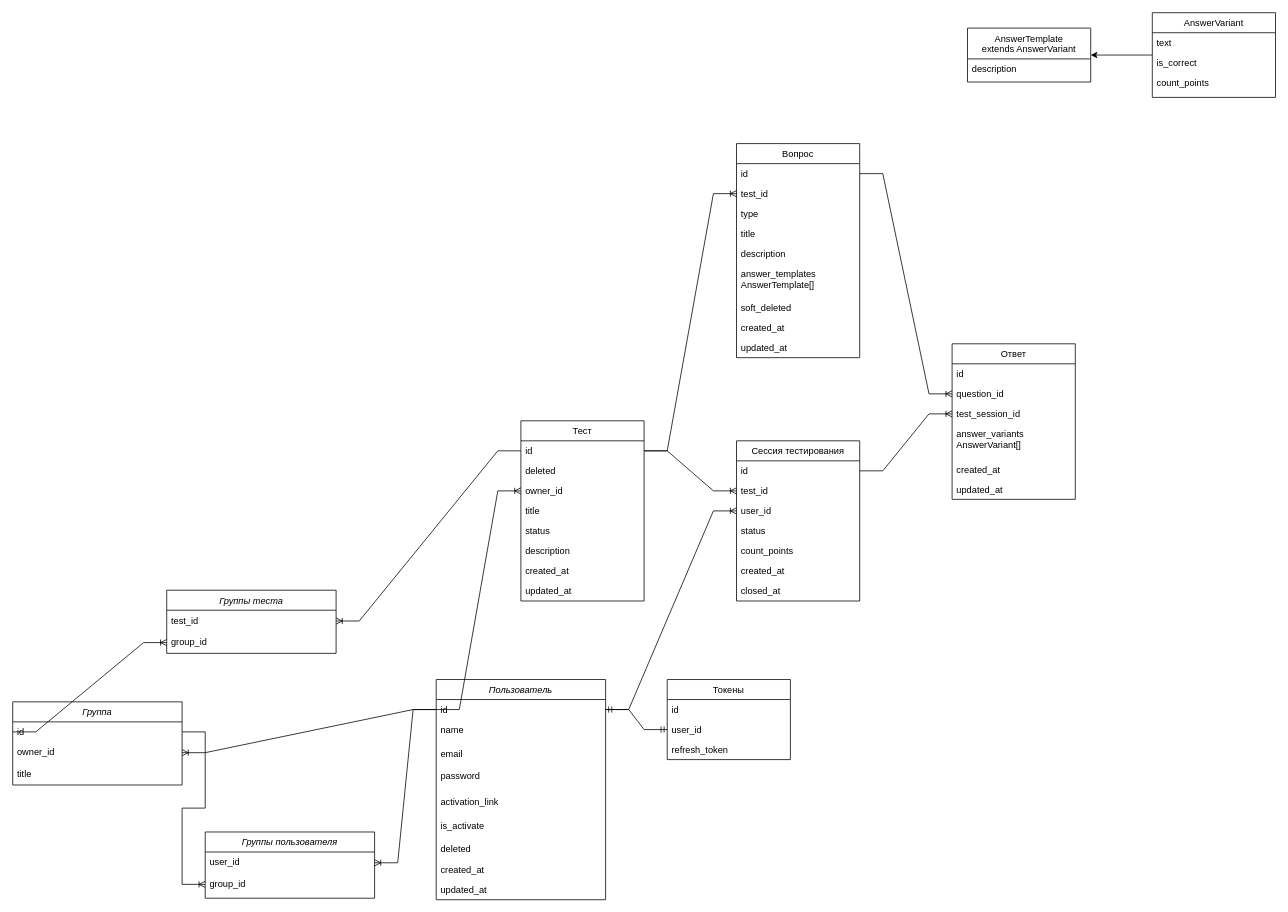
Earlier version of the draw.io diagram server/schema.drawio (lenaezhova/test-master-java). Source tidied: cells renumbered, new cells numbered last; positions are measured from the earlier drawing's top-left corner, leaving out a move shared by most shapes. Both pictures are drawn from the tidied source at 77%, with x=0, y=0 at pixel (12, 12).
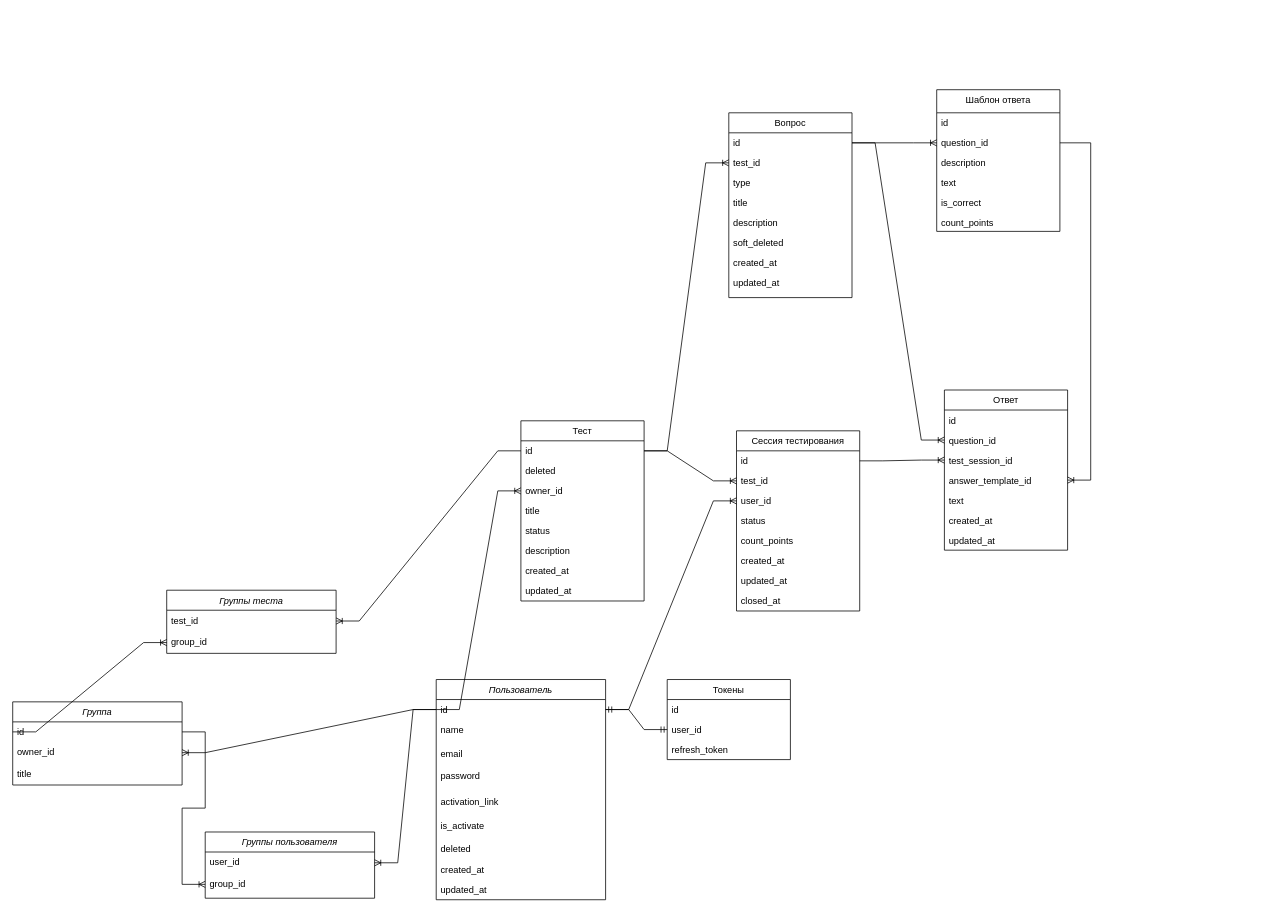
After the change.

The change refers to these unchanged cells:
```xml
<mxCell id="23" value="id" style="text;align=left;verticalAlign=top;spacingLeft=4;spacingRight=4;overflow=hidden;points=[[0,0.5],[1,0.5]];portConstraint=eastwest;" parent="22" vertex="1">
  <mxGeometry y="26" width="160" height="26" as="geometry" />
</mxCell>
```

Diff of the diagram source:
```diff
@@
     <mxCell id="22" value="Вопрос" style="swimlane;fontStyle=0;align=center;verticalAlign=top;horizontal=1;startSize=26;rounded=0;shadow=0;strokeWidth=1;" parent="1" vertex="1">
-      <mxGeometry x="940" y="170" width="160" height="278" as="geometry" />
+      <mxGeometry x="930" y="130" width="160" height="240" as="geometry" />
     </mxCell>
@@
-    <mxCell id="28" value="answer_templates &#10;AnswerTemplate[]" style="text;align=left;verticalAlign=top;spacingLeft=4;spacingRight=4;overflow=hidden;rounded=0;shadow=0;html=0;" parent="22" vertex="1">
-      <mxGeometry y="156" width="160" height="44" as="geometry" />
-    </mxCell>
     <mxCell id="29" value="soft_deleted" style="text;align=left;verticalAlign=top;spacingLeft=4;spacingRight=4;overflow=hidden;rounded=0;shadow=0;html=0;" parent="22" vertex="1">
-      <mxGeometry y="200" width="160" height="26" as="geometry" />
+      <mxGeometry y="156" width="160" height="26" as="geometry" />
     </mxCell>
     <mxCell id="30" value="created_at" style="text;align=left;verticalAlign=top;spacingLeft=4;spacingRight=4;overflow=hidden;rounded=0;shadow=0;html=0;" parent="22" vertex="1">
-      <mxGeometry y="226" width="160" height="26" as="geometry" />
+      <mxGeometry y="182" width="160" height="26" as="geometry" />
     </mxCell>
     <mxCell id="31" value="updated_at" style="text;align=left;verticalAlign=top;spacingLeft=4;spacingRight=4;overflow=hidden;rounded=0;shadow=0;html=0;" parent="22" vertex="1">
-      <mxGeometry y="252" width="160" height="26" as="geometry" />
+      <mxGeometry y="208" width="160" height="26" as="geometry" />
     </mxCell>
     <mxCell id="32" value="Ответ" style="swimlane;fontStyle=0;align=center;verticalAlign=top;horizontal=1;startSize=26;rounded=0;shadow=0;strokeWidth=1;" parent="1" vertex="1">
-      <mxGeometry x="1220" y="430" width="160" height="202" as="geometry" />
+      <mxGeometry x="1210" y="490" width="160" height="208" as="geometry" />
     </mxCell>
@@
-    <mxCell id="36" value="answer_variants &#10;AnswerVariant[]" style="text;align=left;verticalAlign=top;spacingLeft=4;spacingRight=4;overflow=hidden;rounded=0;shadow=0;html=0;" parent="32" vertex="1">
-      <mxGeometry y="104" width="160" height="46" as="geometry" />
-    </mxCell>
+    <mxCell id="83" value="answer_template_id" style="text;align=left;verticalAlign=top;spacingLeft=4;spacingRight=4;overflow=hidden;points=[[0,0.5],[1,0.5]];portConstraint=eastwest;rounded=0;shadow=0;html=0;" parent="32" vertex="1">
+      <mxGeometry y="104" width="160" height="26" as="geometry" />
+    </mxCell>
+    <mxCell id="84" value="text" style="text;align=left;verticalAlign=top;spacingLeft=4;spacingRight=4;overflow=hidden;rounded=0;shadow=0;html=0;" parent="32" vertex="1">
+      <mxGeometry y="130" width="160" height="26" as="geometry" />
+    </mxCell>
     <mxCell id="37" value="created_at" style="text;align=left;verticalAlign=top;spacingLeft=4;spacingRight=4;overflow=hidden;rounded=0;shadow=0;html=0;" parent="32" vertex="1">
-      <mxGeometry y="150" width="160" height="26" as="geometry" />
+      <mxGeometry y="156" width="160" height="26" as="geometry" />
     </mxCell>
     <mxCell id="38" value="updated_at&#10;" style="text;align=left;verticalAlign=top;spacingLeft=4;spacingRight=4;overflow=hidden;rounded=0;shadow=0;html=0;" parent="32" vertex="1">
-      <mxGeometry y="176" width="160" height="26" as="geometry" />
+      <mxGeometry y="182" width="160" height="26" as="geometry" />
     </mxCell>
@@
-    <mxCell id="48" style="edgeStyle=orthogonalEdgeStyle;rounded=0;jettySize=auto;html=1;entryX=1;entryY=0.5;entryDx=0;entryDy=0;" parent="1" edge="1" source="49" target="81">
-      <mxGeometry relative="1" as="geometry" />
-    </mxCell>
-    <mxCell id="49" value="AnswerVariant" style="swimlane;fontStyle=0;align=center;verticalAlign=top;horizontal=1;startSize=26;rounded=0;shadow=0;strokeWidth=1;" parent="1" vertex="1">
-      <mxGeometry x="1480" width="160" height="110" as="geometry" />
-    </mxCell>
-    <mxCell id="50" value="text" style="text;align=left;verticalAlign=top;spacingLeft=4;spacingRight=4;overflow=hidden;rounded=0;shadow=0;html=0;" parent="49" vertex="1">
-      <mxGeometry y="26" width="160" height="26" as="geometry" />
-    </mxCell>
-    <mxCell id="51" value="is_correct" style="text;align=left;verticalAlign=top;spacingLeft=4;spacingRight=4;overflow=hidden;rounded=0;shadow=0;html=0;" parent="49" vertex="1">
-      <mxGeometry y="52" width="160" height="26" as="geometry" />
-    </mxCell>
-    <mxCell id="52" value="count_points" style="text;align=left;verticalAlign=top;spacingLeft=4;spacingRight=4;overflow=hidden;rounded=0;shadow=0;html=0;" parent="49" vertex="1">
-      <mxGeometry y="78" width="160" height="24" as="geometry" />
-    </mxCell>
@@
     <mxCell id="70" value="Сессия тестирования" style="swimlane;fontStyle=0;align=center;verticalAlign=top;horizontal=1;startSize=26;rounded=0;shadow=0;strokeWidth=1;" parent="1" vertex="1">
-      <mxGeometry x="940" y="556" width="160" height="208" as="geometry" />
+      <mxGeometry x="940" y="543" width="160" height="234" as="geometry" />
     </mxCell>
@@
+    <mxCell id="85" value="updated_at" style="text;align=left;verticalAlign=top;spacingLeft=4;spacingRight=4;overflow=hidden;rounded=0;shadow=0;html=0;" parent="70" vertex="1">
+      <mxGeometry y="182" width="160" height="26" as="geometry" />
+    </mxCell>
     <mxCell id="77" value="closed_at" style="text;align=left;verticalAlign=top;spacingLeft=4;spacingRight=4;overflow=hidden;rounded=0;shadow=0;html=0;" parent="70" vertex="1">
-      <mxGeometry y="182" width="160" height="26" as="geometry" />
+      <mxGeometry y="208" width="160" height="26" as="geometry" />
     </mxCell>
@@
-    <mxCell id="81" value="AnswerTemplate&#10;extends AnswerVariant" style="swimlane;fontStyle=0;align=center;verticalAlign=top;horizontal=1;startSize=40;rounded=0;shadow=0;strokeWidth=1;" parent="1" vertex="1">
-      <mxGeometry x="1240" y="20" width="160" height="70" as="geometry" />
+    <mxCell id="81" value="Шаблон ответа" style="swimlane;fontStyle=0;align=center;verticalAlign=top;horizontal=1;startSize=30;rounded=0;shadow=0;strokeWidth=1;" parent="1" vertex="1">
+      <mxGeometry x="1200" y="100" width="160" height="184" as="geometry" />
     </mxCell>
+    <mxCell id="86" value="id" style="text;align=left;verticalAlign=top;spacingLeft=4;spacingRight=4;overflow=hidden;rounded=0;shadow=0;html=0;" parent="81" vertex="1">
+      <mxGeometry y="30" width="160" height="26" as="geometry" />
+    </mxCell>
+    <mxCell id="87" value="question_id" style="text;align=left;verticalAlign=top;spacingLeft=4;spacingRight=4;overflow=hidden;points=[[0,0.5],[1,0.5]];portConstraint=eastwest;rounded=0;shadow=0;html=0;" parent="81" vertex="1">
+      <mxGeometry y="56" width="160" height="26" as="geometry" />
+    </mxCell>
     <mxCell id="82" value="description" style="text;align=left;verticalAlign=top;spacingLeft=4;spacingRight=4;overflow=hidden;rounded=0;shadow=0;html=0;" parent="81" vertex="1">
-      <mxGeometry y="40" width="160" height="26" as="geometry" />
+      <mxGeometry y="82" width="160" height="26" as="geometry" />
     </mxCell>
+    <mxCell id="88" value="text" style="text;align=left;verticalAlign=top;spacingLeft=4;spacingRight=4;overflow=hidden;rounded=0;shadow=0;html=0;" parent="81" vertex="1">
+      <mxGeometry y="108" width="160" height="26" as="geometry" />
+    </mxCell>
+    <mxCell id="51" value="is_correct" style="text;align=left;verticalAlign=top;spacingLeft=4;spacingRight=4;overflow=hidden;rounded=0;shadow=0;html=0;" parent="81" vertex="1">
+      <mxGeometry y="134" width="160" height="26" as="geometry" />
+    </mxCell>
+    <mxCell id="52" value="count_points" style="text;align=left;verticalAlign=top;spacingLeft=4;spacingRight=4;overflow=hidden;rounded=0;shadow=0;html=0;" parent="81" vertex="1">
+      <mxGeometry y="160" width="160" height="24" as="geometry" />
+    </mxCell>
+    <mxCell id="89" style="edgeStyle=entityRelationEdgeStyle;fontSize=12;html=1;endArrow=ERoneToMany;rounded=0;" parent="1" edge="1" source="23" target="87">
+      <mxGeometry relative="1" as="geometry" />
+    </mxCell>
+    <mxCell id="90" style="edgeStyle=entityRelationEdgeStyle;fontSize=12;html=1;endArrow=ERoneToMany;rounded=0;exitX=1;exitY=0.5;exitDx=0;exitDy=0;" parent="1" edge="1" source="87" target="83">
+      <mxGeometry relative="1" as="geometry" />
+    </mxCell>
```
